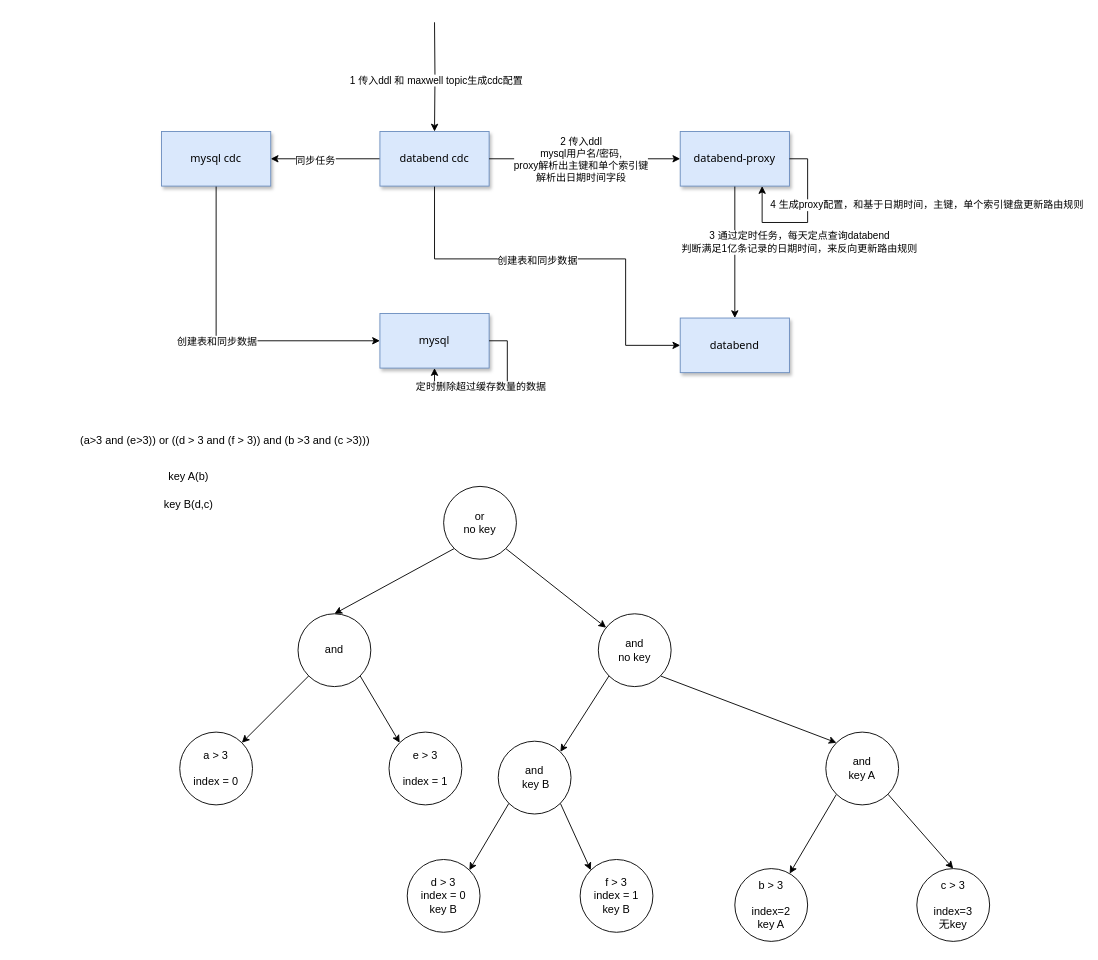
Above: doc/databend-mysql缓存实现设计.drawio in jackjoesh/databend (draw.io), before the change. Source tidied: cells renumbered, new cells numbered last; positions are measured from the earlier drawing's top-left corner, leaving out a move shared by most shapes. Both pictures are drawn from the tidied source at 91%, with x=0, y=0 at pixel (15, 22).
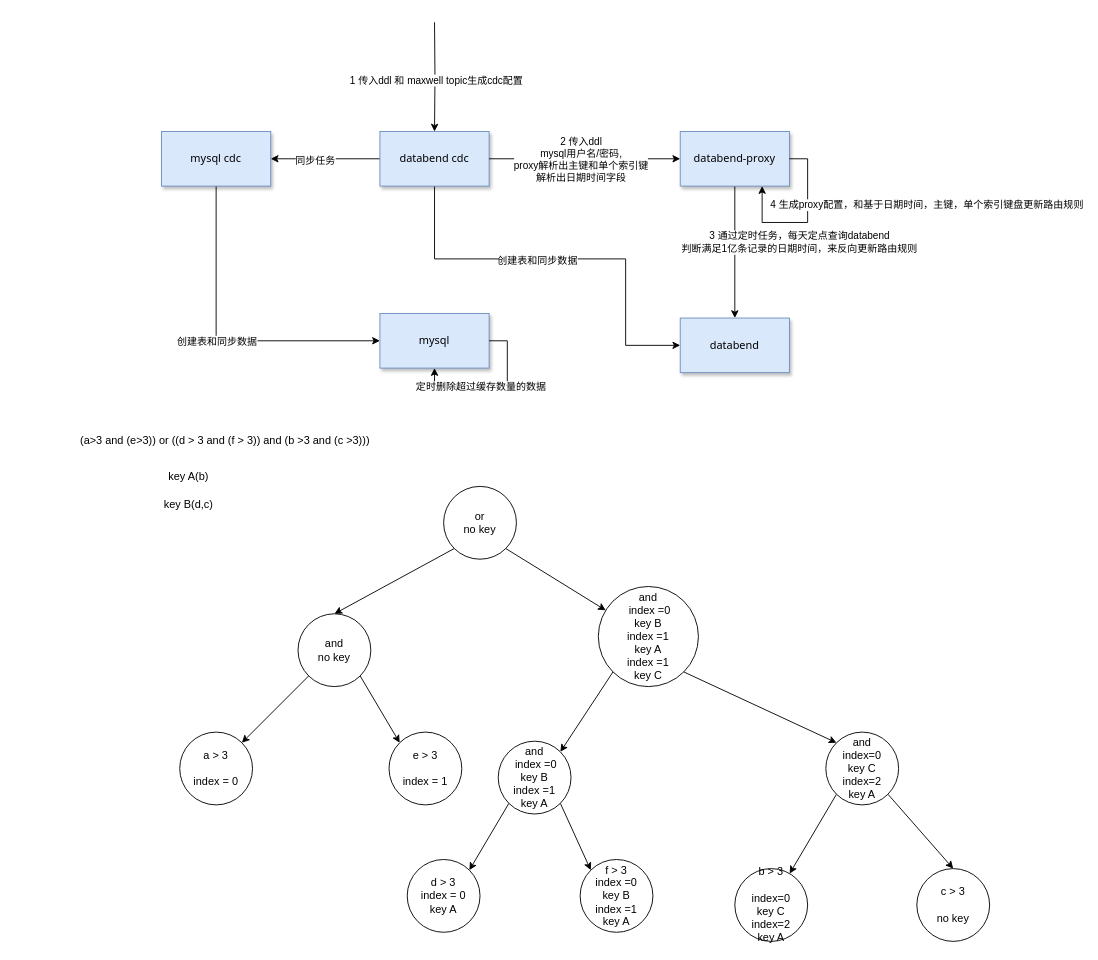
Above is the later version.

Commit message:
更新databend-mysql缓存实现设计.drawio

The edit, as a diff of the source:
```diff
@@
-    <mxCell id="29" value="and" style="ellipse;whiteSpace=wrap;html=1;" parent="1" vertex="1">
+    <mxCell id="29" value="and&lt;br&gt;no key" style="ellipse;whiteSpace=wrap;html=1;" parent="1" vertex="1">
       <mxGeometry x="310" y="650" width="80" height="80" as="geometry" />
     </mxCell>
@@
-    <mxCell id="32" value="and&lt;div&gt;no key&lt;/div&gt;" style="ellipse;whiteSpace=wrap;html=1;" parent="1" vertex="1">
-      <mxGeometry x="640" y="650" width="80" height="80" as="geometry" />
+    <mxCell id="32" value="and&lt;div&gt;&lt;div&gt;&amp;nbsp;&lt;span style=&quot;background-color: transparent; color: light-dark(rgb(0, 0, 0), rgb(255, 255, 255));&quot;&gt;index =0&lt;/span&gt;&lt;/div&gt;key B&lt;br&gt;index =1&lt;br&gt;key A&lt;br&gt;index =1&lt;br&gt;key C&lt;/div&gt;" style="ellipse;whiteSpace=wrap;html=1;" parent="1" vertex="1">
+      <mxGeometry x="640" y="620" width="110" height="110" as="geometry" />
     </mxCell>
@@
-    <mxCell id="35" value="and&lt;div&gt;&amp;nbsp;key B&lt;/div&gt;" style="ellipse;whiteSpace=wrap;html=1;" parent="1" vertex="1">
+    <mxCell id="35" value="and&lt;div&gt;&amp;nbsp;&lt;span style=&quot;background-color: transparent; color: light-dark(rgb(0, 0, 0), rgb(255, 255, 255));&quot;&gt;index =0&lt;/span&gt;&lt;/div&gt;key B&lt;br&gt;index =1&lt;br&gt;key A" style="ellipse;whiteSpace=wrap;html=1;" parent="1" vertex="1">
       <mxGeometry x="530" y="790" width="80" height="80" as="geometry" />
     </mxCell>
@@
-    <mxCell id="38" value="and&lt;br&gt;key A" style="ellipse;whiteSpace=wrap;html=1;" parent="1" vertex="1">
+    <mxCell id="38" value="and&lt;br&gt;index=0&lt;br&gt;key C&lt;br&gt;index=2&lt;br&gt;key A" style="ellipse;whiteSpace=wrap;html=1;" parent="1" vertex="1">
       <mxGeometry x="890" y="780" width="80" height="80" as="geometry" />
     </mxCell>
-    <mxCell id="39" value="b &amp;gt; 3&lt;br&gt;&lt;br&gt;index=2&lt;br&gt;key A" style="ellipse;whiteSpace=wrap;html=1;" parent="1" vertex="1">
+    <mxCell id="39" value="b &amp;gt; 3&lt;br&gt;&lt;br&gt;index=0&lt;br&gt;key C&lt;br&gt;index=2&lt;br&gt;key A" style="ellipse;whiteSpace=wrap;html=1;" parent="1" vertex="1">
       <mxGeometry x="790" y="930" width="80" height="80" as="geometry" />
     </mxCell>
-    <mxCell id="40" value="c &amp;gt; 3&lt;br&gt;&lt;br&gt;index=3&lt;br&gt;无key" style="ellipse;whiteSpace=wrap;html=1;" parent="1" vertex="1">
+    <mxCell id="40" value="c &amp;gt; 3&lt;br&gt;&lt;br&gt;no key" style="ellipse;whiteSpace=wrap;html=1;" parent="1" vertex="1">
       <mxGeometry x="990" y="930" width="80" height="80" as="geometry" />
     </mxCell>
@@
-    <mxCell id="45" value="d &amp;gt; 3&lt;br&gt;index = 0&lt;br&gt;key B" style="ellipse;whiteSpace=wrap;html=1;" parent="1" vertex="1">
+    <mxCell id="45" value="d &amp;gt; 3&lt;br&gt;index = 0&lt;br&gt;key A" style="ellipse;whiteSpace=wrap;html=1;" parent="1" vertex="1">
       <mxGeometry x="430" y="920" width="80" height="80" as="geometry" />
     </mxCell>
-    <mxCell id="46" value="f &amp;gt; 3&lt;br&gt;index = 1&lt;br&gt;key B" style="ellipse;whiteSpace=wrap;html=1;" parent="1" vertex="1">
+    <mxCell id="46" value="f &amp;gt; 3&lt;br&gt;index =0&lt;br&gt;key B&lt;br&gt;index =1&lt;br&gt;key A" style="ellipse;whiteSpace=wrap;html=1;" parent="1" vertex="1">
       <mxGeometry x="620" y="920" width="80" height="80" as="geometry" />
     </mxCell>
```
